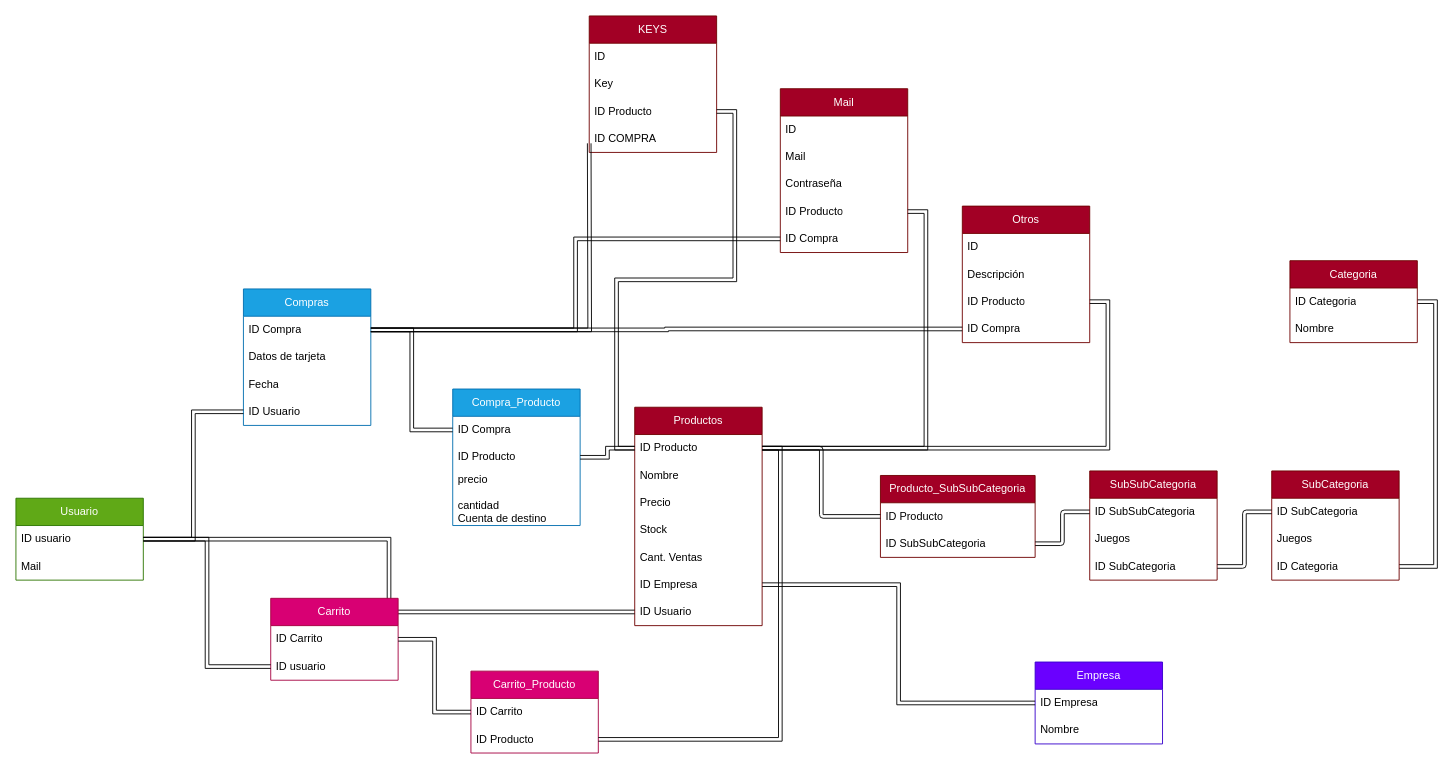
The draw.io diagram Proyecto_E-Commerse/Diagrams/ultimodiagrama.drawio in CodeSystem2022/X-FORCE_Cuarto_Semestre, before the edit. Source tidied: cells renumbered, new cells numbered last; positions are measured from the earlier drawing's top-left corner, leaving out a move shared by most shapes. Both pictures are drawn from the tidied source at 91%, with x=0, y=0 at pixel (15, 15).
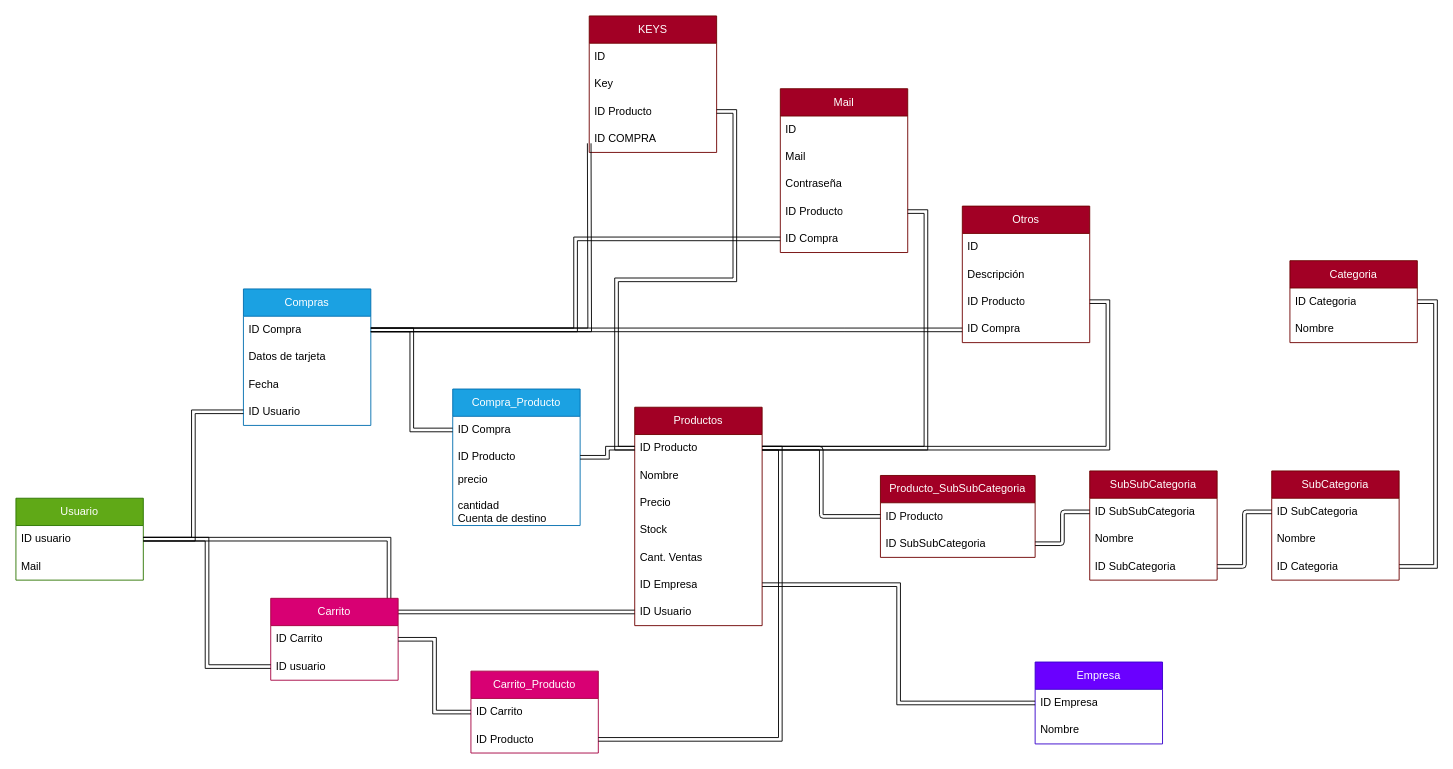
Above is the later version.

Unchanged cells that the change refers to:
```xml
<mxCell id="6" value="ID Compra" style="text;strokeColor=none;fillColor=none;align=left;verticalAlign=middle;spacingLeft=4;spacingRight=4;overflow=hidden;points=[[0,0.5],[1,0.5]];portConstraint=eastwest;whiteSpace=wrap;html=1;" parent="5" vertex="1">
  <mxGeometry y="30" width="140" height="30" as="geometry" />
</mxCell>
<mxCell id="39" value="SubCategoria" style="swimlane;fontStyle=0;horizontal=1;startSize=30;whiteSpace=wrap;html=1;fillColor=#a20025;fontColor=#ffffff;strokeColor=#6F0000;" parent="1" vertex="1">
  <mxGeometry x="1380" y="500" width="140" height="120" as="geometry" />
</mxCell>
<mxCell id="57" value="ID Compra" style="text;strokeColor=none;fillColor=none;align=left;verticalAlign=middle;spacingLeft=4;spacingRight=4;overflow=hidden;points=[[0,0.5],[1,0.5]];portConstraint=eastwest;whiteSpace=wrap;html=1;" parent="53" vertex="1">
  <mxGeometry y="120" width="140" height="30" as="geometry" />
</mxCell>
<mxCell id="69" value="SubSubCategoria" style="swimlane;fontStyle=0;horizontal=1;startSize=30;whiteSpace=wrap;html=1;fillColor=#a20025;fontColor=#ffffff;strokeColor=#6F0000;" parent="1" vertex="1">
  <mxGeometry x="1180" y="500" width="140" height="120" as="geometry" />
</mxCell>
```

Change to the diagram source:
```diff
@@
-    <mxCell id="41" value="Juegos" style="text;strokeColor=none;fillColor=none;align=left;verticalAlign=middle;spacingLeft=4;spacingRight=4;overflow=hidden;whiteSpace=wrap;html=1;" parent="39" vertex="1">
+    <mxCell id="41" value="Nombre" style="text;strokeColor=none;fillColor=none;align=left;verticalAlign=middle;spacingLeft=4;spacingRight=4;overflow=hidden;whiteSpace=wrap;html=1;" parent="39" vertex="1">
       <mxGeometry y="60" width="140" height="30" as="geometry" />
     </mxCell>
@@
     <mxCell id="68" style="edgeStyle=orthogonalEdgeStyle;rounded=0;jettySize=auto;html=1;shape=link;" parent="1" edge="1" source="6" target="57">
-      <mxGeometry relative="1" as="geometry" />
+      <mxGeometry relative="1" as="geometry">
+        <Array as="points">
+          <mxPoint x="910" y="345" />
+          <mxPoint x="910" y="345" />
+        </Array>
+      </mxGeometry>
     </mxCell>
@@
-    <mxCell id="71" value="Juegos" style="text;strokeColor=none;fillColor=none;align=left;verticalAlign=middle;spacingLeft=4;spacingRight=4;overflow=hidden;whiteSpace=wrap;html=1;" parent="69" vertex="1">
+    <mxCell id="71" value="Nombre" style="text;strokeColor=none;fillColor=none;align=left;verticalAlign=middle;spacingLeft=4;spacingRight=4;overflow=hidden;whiteSpace=wrap;html=1;" parent="69" vertex="1">
       <mxGeometry y="60" width="140" height="30" as="geometry" />
     </mxCell>
```
